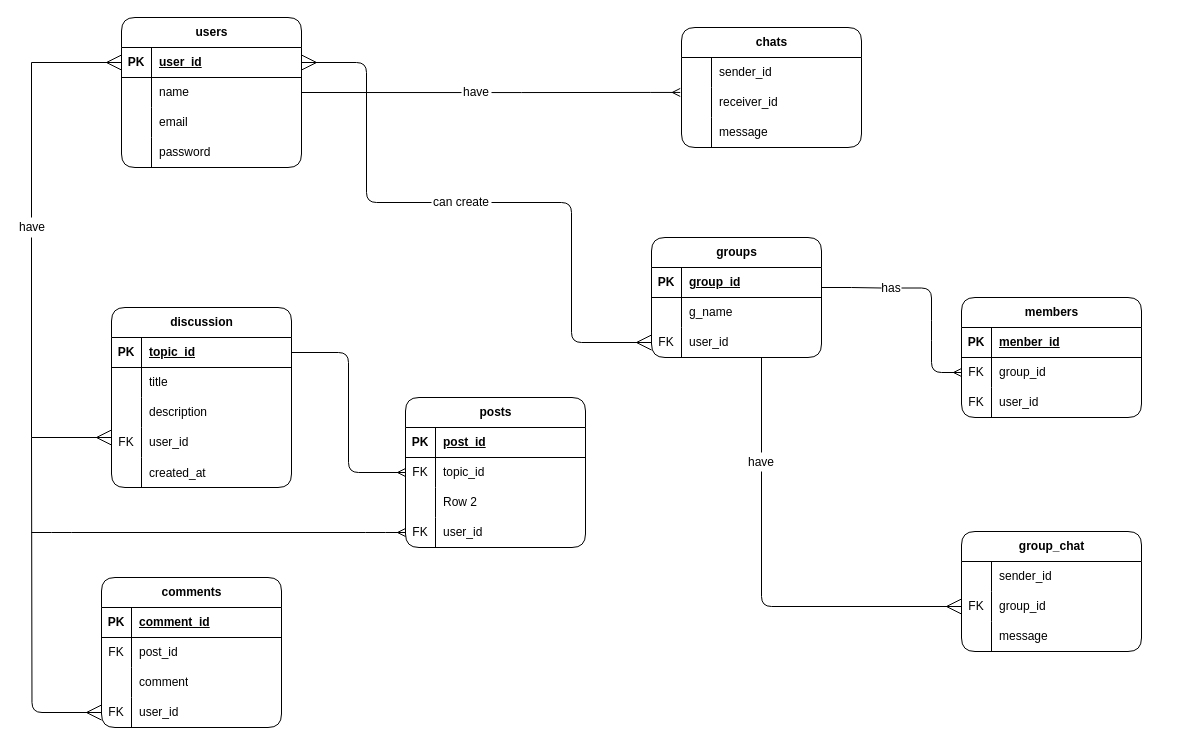
This is page "Page-2" (2 of 3) of Er.drawio from chetan-v/check, a draw.io file, before an edit. Source tidied: cells renumbered, new cells numbered last; positions are measured from the earlier drawing's top-left corner, leaving out a move shared by most shapes. Both pictures are drawn from the tidied source at 100%, with x=0, y=0 at pixel (31, 17).
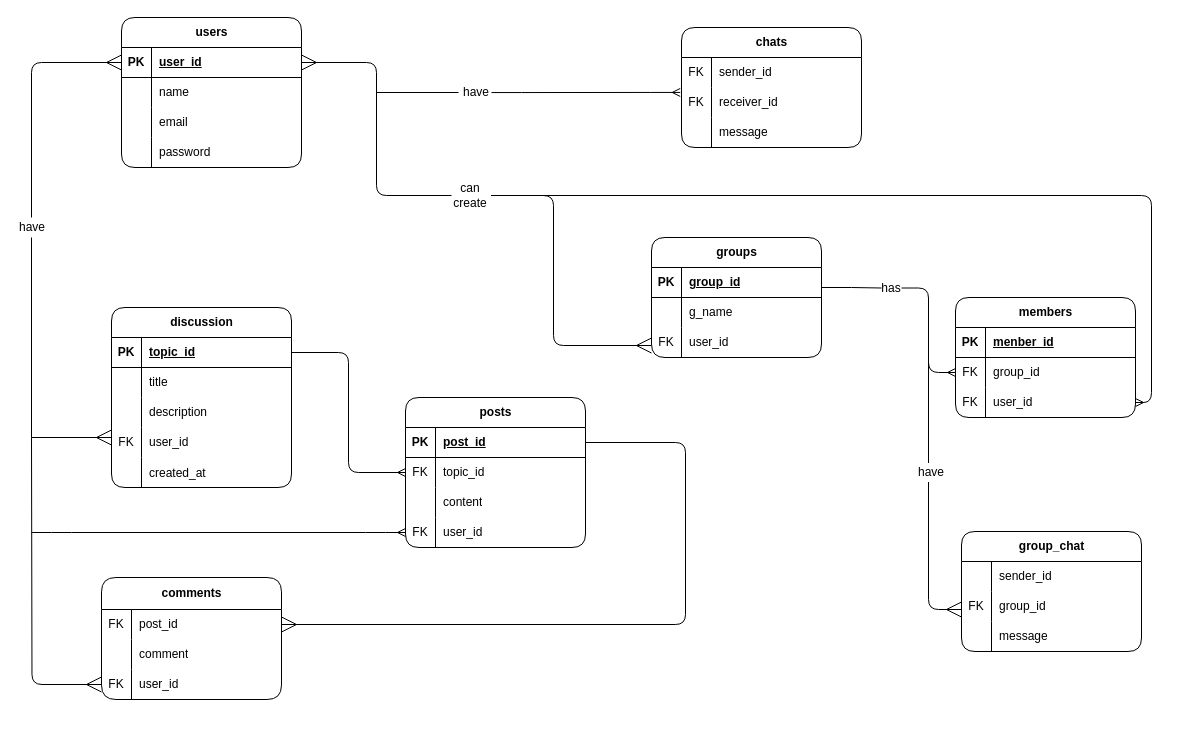
After the change.

Unchanged cells that the change refers to:
```xml
<mxCell id="6" style="shape=tableRow;horizontal=0;startSize=0;swimlaneHead=0;swimlaneBody=0;fillColor=none;points=[[0,0.5],[1,0.5]];portConstraint=eastwest;top=0;left=0;right=0;bottom=0;" parent="2" vertex="1">
  <mxGeometry y="60" width="180" height="30" as="geometry" />
</mxCell>
<mxCell id="16" style="shape=tableRow;horizontal=0;startSize=0;swimlaneHead=0;swimlaneBody=0;fillColor=none;top=0;left=0;right=0;bottom=0;" parent="15" vertex="1">
  <mxGeometry y="30" width="180" height="30" as="geometry" />
</mxCell>
<mxCell id="19" style="shape=tableRow;horizontal=0;startSize=0;swimlaneHead=0;swimlaneBody=0;fillColor=none;points=[[0,0.5],[1,0.5]];portConstraint=eastwest;top=0;left=0;right=0;bottom=0;" parent="15" vertex="1">
  <mxGeometry y="60" width="180" height="30" as="geometry" />
</mxCell>
<mxCell id="29" style="shape=tableRow;horizontal=0;startSize=0;swimlaneHead=0;swimlaneBody=0;fillColor=none;points=[[0,0.5],[1,0.5]];portConstraint=eastwest;top=0;left=0;right=0;bottom=0;" parent="25" vertex="1">
  <mxGeometry y="60" width="180" height="30" as="geometry" />
</mxCell>
<mxCell id="39" style="shape=tableRow;horizontal=0;startSize=0;swimlaneHead=0;swimlaneBody=0;fillColor=none;points=[[0,0.5],[1,0.5]];portConstraint=eastwest;top=0;left=0;right=0;bottom=0;" parent="35" vertex="1">
  <mxGeometry y="60" width="180" height="30" as="geometry" />
</mxCell>
<mxCell id="42" style="shape=tableRow;horizontal=0;startSize=0;swimlaneHead=0;swimlaneBody=0;fillColor=none;points=[[0,0.5],[1,0.5]];portConstraint=eastwest;top=0;left=0;right=0;bottom=0;" parent="35" vertex="1">
  <mxGeometry y="90" width="180" height="30" as="geometry" />
</mxCell>
<mxCell id="52" style="shape=tableRow;horizontal=0;startSize=0;swimlaneHead=0;swimlaneBody=0;fillColor=none;points=[[0,0.5],[1,0.5]];portConstraint=eastwest;top=0;left=0;right=0;bottom=0;" parent="45" vertex="1">
  <mxGeometry y="90" width="170" height="30" as="geometry" />
</mxCell>
<mxCell id="75" value="has" style="text;html=1;strokeColor=none;fillColor=none;align=center;verticalAlign=middle;whiteSpace=wrap;rounded=0;" parent="1" vertex="1">
  <mxGeometry x="850" y="261" width="20" height="19" as="geometry" />
</mxCell>
<mxCell id="80" value="have" style="text;html=1;strokeColor=none;fillColor=none;align=center;verticalAlign=middle;whiteSpace=wrap;rounded=0;" parent="1" vertex="1">
  <mxGeometry x="430" y="67.8" width="30" height="14.5" as="geometry" />
</mxCell>
<mxCell id="85" style="shape=tableRow;horizontal=0;startSize=0;swimlaneHead=0;swimlaneBody=0;fillColor=none;points=[[0,0.5],[1,0.5]];portConstraint=eastwest;top=0;left=0;right=0;bottom=1;" parent="84" vertex="1">
  <mxGeometry y="30" width="180" height="30" as="geometry" />
</mxCell>
<mxCell id="91" style="shape=tableRow;horizontal=0;startSize=0;swimlaneHead=0;swimlaneBody=0;fillColor=none;top=0;left=0;right=0;bottom=0;" parent="84" vertex="1">
  <mxGeometry y="90" width="180" height="30" as="geometry" />
</mxCell>
<mxCell id="111" value="have" style="text;html=1;strokeColor=none;fillColor=none;align=center;verticalAlign=middle;whiteSpace=wrap;rounded=0;" parent="1" vertex="1">
  <mxGeometry y="200" height="20" as="geometry" />
</mxCell>
```

What changed in the source:
```diff
@@
-    <mxCell id="17" style="shape=partialRectangle;fillColor=none;top=0;left=0;bottom=0;right=0;overflow=hidden;whiteSpace=wrap;html=1;" parent="16" vertex="1">
+    <mxCell id="17" value="FK" style="shape=partialRectangle;fillColor=none;top=0;left=0;bottom=0;right=0;overflow=hidden;whiteSpace=wrap;html=1;" parent="16" vertex="1">
       <mxGeometry width="30" height="30" as="geometry" />
     </mxCell>
@@
-    <mxCell id="20" style="shape=partialRectangle;fillColor=none;top=0;left=0;bottom=0;right=0;overflow=hidden;whiteSpace=wrap;html=1;" parent="19" vertex="1">
+    <mxCell id="20" value="FK" style="shape=partialRectangle;fillColor=none;top=0;left=0;bottom=0;right=0;overflow=hidden;whiteSpace=wrap;html=1;" parent="19" vertex="1">
       <mxGeometry width="30" height="30" as="geometry" />
     </mxCell>
@@
     <mxCell id="35" value="members" style="shape=table;startSize=30;childLayout=tableLayout;rowLines=0;fontStyle=1;align=center;html=1;rounded=1;" parent="1" vertex="1">
-      <mxGeometry x="930" y="280" width="180" height="120" as="geometry" />
+      <mxGeometry x="924" y="280" width="180" height="120" as="geometry" />
     </mxCell>
@@
-    <mxCell id="55" style="edgeStyle=orthogonalEdgeStyle;fontSize=12;html=1;endArrow=ERmany;rounded=1;endFill=0;exitX=1;exitY=0.5;exitDx=0;exitDy=0;endSize=13;startArrow=none;startFill=0;startSize=13;entryX=0;entryY=0.5;entryDx=0;entryDy=0;" parent="1" edge="1" source="82" target="52">
-      <mxGeometry relative="1" as="geometry" />
+    <mxCell id="55" style="fontSize=12;html=1;endArrow=ERmany;rounded=1;endFill=0;exitX=1;exitY=0.5;exitDx=0;exitDy=0;endSize=13;startArrow=none;startFill=0;startSize=13;" parent="1" edge="1">
+      <mxGeometry relative="1" as="geometry">
+        <mxPoint x="459.5" y="178" as="sourcePoint" />
+        <mxPoint x="620" y="328" as="targetPoint" />
+        <Array as="points">
+          <mxPoint x="522" y="178" />
+          <mxPoint x="522" y="328" />
+        </Array>
+      </mxGeometry>
     </mxCell>
-    <mxCell id="56" style="fontSize=12;html=1;endArrow=ERmany;endFill=0;entryX=0;entryY=0.5;entryDx=0;entryDy=0;rounded=1;endSize=13;edgeStyle=orthogonalEdgeStyle;" parent="1" edge="1" source="77" target="29">
-      <mxGeometry relative="1" as="geometry" />
+    <mxCell id="56" style="fontSize=12;html=1;endArrow=ERmany;endFill=0;entryX=0;entryY=0.6;entryDx=0;entryDy=0;rounded=1;endSize=13;entryPerimeter=0;" parent="1" edge="1" target="29">
+      <mxGeometry relative="1" as="geometry">
+        <mxPoint x="897" y="464.5" as="sourcePoint" />
+        <Array as="points">
+          <mxPoint x="897" y="592" />
+        </Array>
+      </mxGeometry>
     </mxCell>
@@
-    <mxCell id="73" style="edgeStyle=entityRelationEdgeStyle;fontSize=12;html=1;endArrow=ERmany;rounded=1;entryX=0;entryY=0.5;entryDx=0;entryDy=0;exitX=1;exitY=0.5;exitDx=0;exitDy=0;" parent="1" edge="1" source="75" target="39">
+    <mxCell id="73" style="edgeStyle=orthogonalEdgeStyle;fontSize=12;html=1;endArrow=ERmany;rounded=1;entryX=0;entryY=0.5;entryDx=0;entryDy=0;exitX=1;exitY=0.5;exitDx=0;exitDy=0;" parent="1" edge="1" source="75" target="39">
       <mxGeometry relative="1" as="geometry" />
     </mxCell>
@@
-    <mxCell id="76" style="fontSize=12;html=1;endArrow=none;endFill=0;entryX=0.5;entryY=0;entryDx=0;entryDy=0;rounded=1;endSize=13;" parent="1" edge="1" target="77">
+    <mxCell id="76" style="fontSize=12;html=1;endArrow=none;endFill=0;entryX=0.5;entryY=0;entryDx=0;entryDy=0;rounded=0;endSize=13;" parent="1" edge="1">
       <mxGeometry relative="1" as="geometry">
-        <mxPoint x="730" y="340" as="sourcePoint" />
+        <mxPoint x="897" y="340" as="sourcePoint" />
+        <mxPoint x="897" y="445.5" as="targetPoint" />
       </mxGeometry>
     </mxCell>
     <mxCell id="77" value="have" style="text;html=1;strokeColor=none;fillColor=none;align=center;verticalAlign=middle;whiteSpace=wrap;rounded=0;" parent="1" vertex="1">
-      <mxGeometry x="720" y="435" width="20" height="19" as="geometry" />
+      <mxGeometry x="890" y="445.5" width="20" height="19" as="geometry" />
     </mxCell>
@@
-    <mxCell id="79" style="fontSize=12;html=1;endArrow=none;rounded=0;exitX=1;exitY=0.5;exitDx=0;exitDy=0;entryX=0;entryY=0.5;entryDx=0;entryDy=0;endFill=0;" parent="1" edge="1" source="6" target="80">
-      <mxGeometry relative="1" as="geometry" />
+    <mxCell id="79" style="fontSize=12;html=1;endArrow=none;rounded=0;entryX=0;entryY=0.5;entryDx=0;entryDy=0;endFill=0;" parent="1" edge="1">
+      <mxGeometry relative="1" as="geometry">
+        <mxPoint x="345" y="75" as="sourcePoint" />
+        <mxPoint x="427" y="75" as="targetPoint" />
+      </mxGeometry>
     </mxCell>
@@
     <mxCell id="82" value="can create" style="text;html=1;strokeColor=none;fillColor=none;align=center;verticalAlign=middle;whiteSpace=wrap;rounded=0;" parent="1" vertex="1">
-      <mxGeometry x="400" y="170" width="60" height="30" as="geometry" />
+      <mxGeometry x="420" y="172" width="38" height="12" as="geometry" />
     </mxCell>
-    <mxCell id="83" style="fontSize=12;html=1;endArrow=ERmany;startArrow=none;rounded=0;edgeStyle=orthogonalEdgeStyle;endSize=13;startSize=13;startFill=0;" parent="1" edge="1" source="111">
+    <mxCell id="83" style="fontSize=12;html=1;endArrow=ERmany;startArrow=none;rounded=1;edgeStyle=orthogonalEdgeStyle;endSize=13;startSize=13;startFill=0;" parent="1" edge="1" source="111">
       <mxGeometry relative="1" as="geometry">
         <mxPoint x="90" y="45" as="targetPoint" />
         <Array as="points">
           <mxPoint y="45" />
         </Array>
       </mxGeometry>
     </mxCell>
@@
-    <mxCell id="93" value="Row 2" style="shape=partialRectangle;fillColor=none;top=0;left=0;bottom=0;right=0;align=left;spacingLeft=6;overflow=hidden;whiteSpace=wrap;html=1;" parent="91" vertex="1">
+    <mxCell id="93" value="content" style="shape=partialRectangle;fillColor=none;top=0;left=0;bottom=0;right=0;align=left;spacingLeft=6;overflow=hidden;whiteSpace=wrap;html=1;" parent="91" vertex="1">
       <mxGeometry x="30" width="150" height="30" as="geometry" />
     </mxCell>
@@
-    <mxCell id="97" value="comments" style="shape=table;startSize=30;childLayout=tableLayout;rowLines=0;fontStyle=1;align=center;html=1;rounded=1;" parent="1" vertex="1">
-      <mxGeometry x="70" y="560" width="180" height="150" as="geometry" />
+    <mxCell id="97" value="comments" style="shape=table;startSize=32;childLayout=tableLayout;rowLines=0;fontStyle=1;align=center;html=1;rounded=1;" parent="1" vertex="1">
+      <mxGeometry x="70" y="560" width="180" height="122" as="geometry" />
     </mxCell>
-    <mxCell id="98" style="shape=tableRow;horizontal=0;startSize=0;swimlaneHead=0;swimlaneBody=0;fillColor=none;top=0;left=0;right=0;bottom=1;" parent="97" vertex="1">
-      <mxGeometry y="30" width="180" height="30" as="geometry" />
-    </mxCell>
-    <mxCell id="99" value="PK" style="shape=partialRectangle;fillColor=none;top=0;left=0;bottom=0;right=0;fontStyle=1;overflow=hidden;whiteSpace=wrap;html=1;" parent="98" vertex="1">
-      <mxGeometry width="30" height="30" as="geometry" />
-    </mxCell>
-    <mxCell id="100" value="comment_id" style="shape=partialRectangle;fillColor=none;top=0;left=0;bottom=0;right=0;align=left;spacingLeft=6;fontStyle=5;overflow=hidden;whiteSpace=wrap;html=1;" parent="98" vertex="1">
-      <mxGeometry x="30" width="150" height="30" as="geometry" />
-    </mxCell>
     <mxCell id="101" style="shape=tableRow;horizontal=0;startSize=0;swimlaneHead=0;swimlaneBody=0;fillColor=none;points=[[0,0.5],[1,0.5]];portConstraint=eastwest;top=0;left=0;right=0;bottom=0;" parent="97" vertex="1">
-      <mxGeometry y="60" width="180" height="30" as="geometry" />
+      <mxGeometry y="32" width="180" height="30" as="geometry" />
     </mxCell>
@@
     <mxCell id="104" style="shape=tableRow;horizontal=0;startSize=0;swimlaneHead=0;swimlaneBody=0;fillColor=none;top=0;left=0;right=0;bottom=0;" parent="97" vertex="1">
-      <mxGeometry y="90" width="180" height="30" as="geometry" />
+      <mxGeometry y="62" width="180" height="30" as="geometry" />
     </mxCell>
@@
     <mxCell id="107" style="shape=tableRow;horizontal=0;startSize=0;swimlaneHead=0;swimlaneBody=0;fillColor=none;points=[[0,0.5],[1,0.5]];portConstraint=eastwest;top=0;left=0;right=0;bottom=0;" parent="97" vertex="1">
-      <mxGeometry y="120" width="180" height="30" as="geometry" />
+      <mxGeometry y="92" width="180" height="30" as="geometry" />
     </mxCell>
@@
+    <mxCell id="116" style="fontSize=12;html=1;endArrow=ERmany;rounded=1;edgeStyle=orthogonalEdgeStyle;entryX=1;entryY=0.5;entryDx=0;entryDy=0;" parent="1" edge="1" target="42">
+      <mxGeometry relative="1" as="geometry">
+        <mxPoint x="504" y="178" as="sourcePoint" />
+        <Array as="points">
+          <mxPoint x="1120" y="178" />
+          <mxPoint x="1120" y="385" />
+        </Array>
+      </mxGeometry>
+    </mxCell>
+    <mxCell id="117" style="edgeStyle=orthogonalEdgeStyle;fontSize=12;html=1;endArrow=ERmany;rounded=1;entryX=1;entryY=0.5;entryDx=0;entryDy=0;exitX=1;exitY=0.5;exitDx=0;exitDy=0;endSize=13;" parent="1" edge="1" source="85" target="101">
+      <mxGeometry relative="1" as="geometry">
+        <Array as="points">
+          <mxPoint x="654" y="425" />
+          <mxPoint x="654" y="607" />
+        </Array>
+      </mxGeometry>
+    </mxCell>
```
